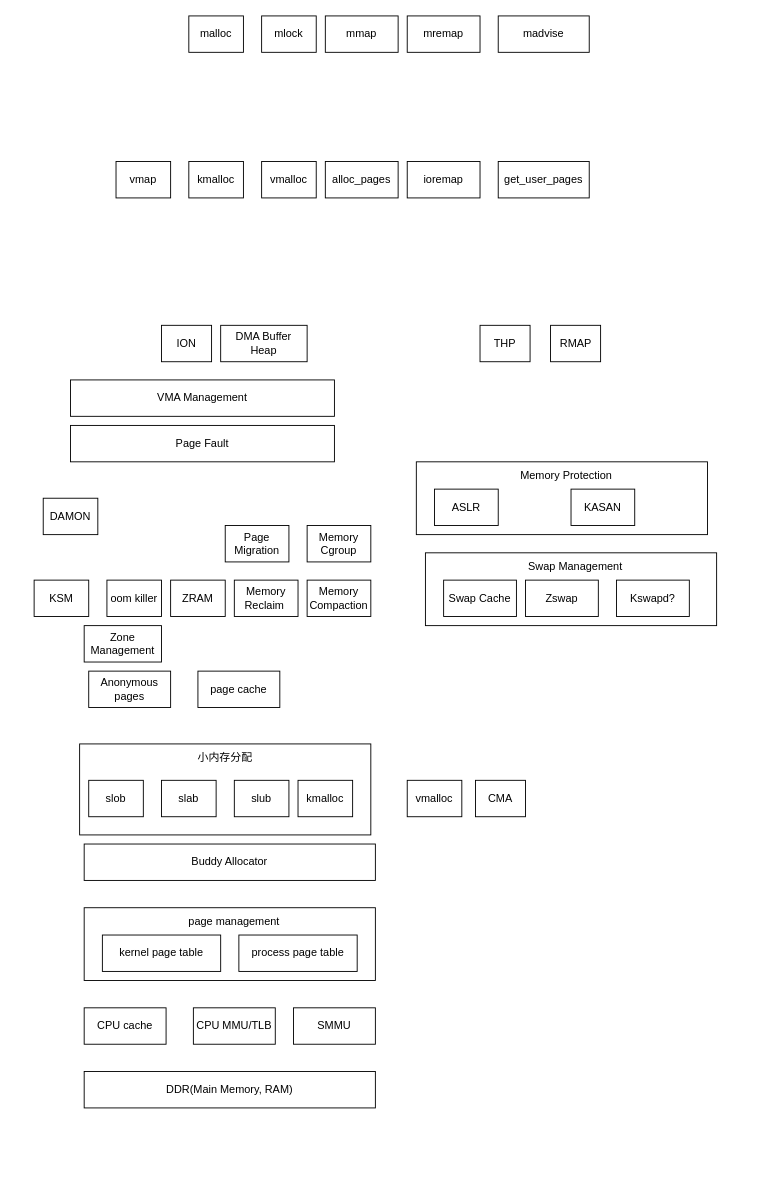
Before: page "Overview" (1 of 2) of linux_mm.drawio in michaelyaoxxx/draw_io, a draw.io diagram. Source tidied: cells renumbered, new cells numbered last; positions are measured from the earlier drawing's top-left corner, leaving out a move shared by most shapes. Both pictures are drawn from the tidied source at 91%, with x=0, y=0 at pixel (34, 15).
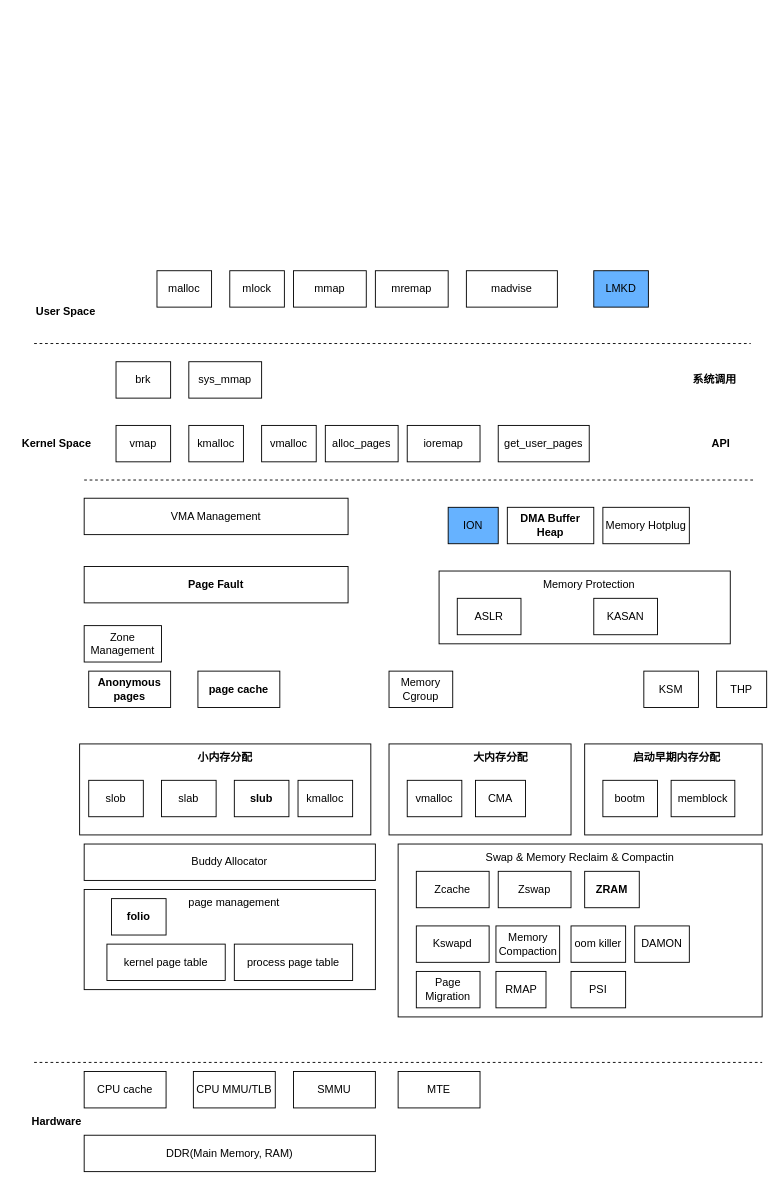
After the change.

Change to the diagram source:
```diff
@@
+    <mxCell id="56" style="rounded=0;whiteSpace=wrap;html=1;" parent="1" vertex="1">
+      <mxGeometry x="605" y="800" width="195" height="100" as="geometry" />
+    </mxCell>
+    <mxCell id="57" style="rounded=0;whiteSpace=wrap;html=1;" parent="1" vertex="1">
+      <mxGeometry x="390" y="800" width="200" height="100" as="geometry" />
+    </mxCell>
+    <mxCell id="19" style="rounded=0;whiteSpace=wrap;html=1;" parent="1" vertex="1">
+      <mxGeometry x="400" y="910" width="400" height="190" as="geometry" />
+    </mxCell>
@@
     <mxCell id="3" style="rounded=0;whiteSpace=wrap;html=1;" parent="1" vertex="1">
-      <mxGeometry x="55" y="980" width="320" height="80" as="geometry" />
+      <mxGeometry x="55" y="960" width="320" height="110" as="geometry" />
     </mxCell>
     <mxCell id="4" value="CPU cache" style="rounded=0;whiteSpace=wrap;html=1;" parent="1" vertex="1">
-      <mxGeometry x="55" y="1090" width="90" height="40" as="geometry" />
+      <mxGeometry x="55" y="1160" width="90" height="40" as="geometry" />
     </mxCell>
     <mxCell id="5" value="CPU MMU/TLB" style="rounded=0;whiteSpace=wrap;html=1;" parent="1" vertex="1">
-      <mxGeometry x="175" y="1090" width="90" height="40" as="geometry" />
+      <mxGeometry x="175" y="1160" width="90" height="40" as="geometry" />
     </mxCell>
     <mxCell id="6" value="SMMU" style="rounded=0;whiteSpace=wrap;html=1;" parent="1" vertex="1">
-      <mxGeometry x="285" y="1090" width="90" height="40" as="geometry" />
+      <mxGeometry x="285" y="1160" width="90" height="40" as="geometry" />
     </mxCell>
     <mxCell id="7" value="DDR(Main Memory, RAM)" style="rounded=0;whiteSpace=wrap;html=1;" parent="1" vertex="1">
-      <mxGeometry x="55" y="1160" width="320" height="40" as="geometry" />
+      <mxGeometry x="55" y="1230" width="320" height="40" as="geometry" />
     </mxCell>
@@
     <mxCell id="9" value="kernel page table" style="rounded=0;whiteSpace=wrap;html=1;" parent="1" vertex="1">
-      <mxGeometry x="75" y="1010" width="130" height="40" as="geometry" />
+      <mxGeometry x="80" y="1020" width="130" height="40" as="geometry" />
     </mxCell>
     <mxCell id="10" value="process page table" style="rounded=0;whiteSpace=wrap;html=1;" parent="1" vertex="1">
-      <mxGeometry x="225" y="1010" width="130" height="40" as="geometry" />
+      <mxGeometry x="220" y="1020" width="130" height="40" as="geometry" />
     </mxCell>
     <mxCell id="11" value="page management" style="text;html=1;align=center;verticalAlign=middle;whiteSpace=wrap;rounded=0;" parent="1" vertex="1">
-      <mxGeometry x="145" y="980" width="150" height="30" as="geometry" />
+      <mxGeometry x="145" y="960" width="150" height="30" as="geometry" />
     </mxCell>
-    <mxCell id="12" value="&lt;span class=&quot;fontstyle0&quot;&gt;Anonymous pages&lt;/span&gt;" style="rounded=0;whiteSpace=wrap;html=1;" parent="1" vertex="1">
+    <mxCell id="12" value="&lt;span class=&quot;fontstyle0&quot;&gt;Anonymous pages&lt;/span&gt;" style="rounded=0;whiteSpace=wrap;html=1;fontStyle=1;" parent="1" vertex="1">
       <mxGeometry x="60" y="720" width="90" height="40" as="geometry" />
     </mxCell>
-    <mxCell id="13" value="&lt;span class=&quot;fontstyle0&quot;&gt;page cache&lt;/span&gt;" style="rounded=0;whiteSpace=wrap;html=1;" parent="1" vertex="1">
+    <mxCell id="13" value="&lt;span class=&quot;fontstyle0&quot;&gt;page cache&lt;/span&gt;" style="rounded=0;whiteSpace=wrap;html=1;fontStyle=1;" parent="1" vertex="1">
       <mxGeometry x="180" y="720" width="90" height="40" as="geometry" />
     </mxCell>
@@
-    <mxCell id="16" value="&lt;span class=&quot;fontstyle0&quot;&gt;slub&lt;/span&gt;" style="rounded=0;whiteSpace=wrap;html=1;" parent="1" vertex="1">
+    <mxCell id="16" value="&lt;span class=&quot;fontstyle0&quot;&gt;&lt;b&gt;slub&lt;/b&gt;&lt;/span&gt;" style="rounded=0;whiteSpace=wrap;html=1;" parent="1" vertex="1">
       <mxGeometry x="220" y="840" width="60" height="40" as="geometry" />
     </mxCell>
-    <mxCell id="17" value="Memory Reclaim&amp;nbsp;" style="rounded=0;whiteSpace=wrap;html=1;" parent="1" vertex="1">
-      <mxGeometry x="220" y="620" width="70" height="40" as="geometry" />
-    </mxCell>
     <mxCell id="18" value="Memory Compaction" style="rounded=0;whiteSpace=wrap;html=1;" parent="1" vertex="1">
-      <mxGeometry x="300" y="620" width="70" height="40" as="geometry" />
+      <mxGeometry x="507.5" y="1000" width="70" height="40" as="geometry" />
     </mxCell>
-    <mxCell id="19" style="rounded=0;whiteSpace=wrap;html=1;" parent="1" vertex="1">
-      <mxGeometry x="430" y="590" width="320" height="80" as="geometry" />
-    </mxCell>
-    <mxCell id="20" value="Swap Cache" style="rounded=0;whiteSpace=wrap;html=1;" parent="1" vertex="1">
-      <mxGeometry x="450" y="620" width="80" height="40" as="geometry" />
+    <mxCell id="20" value="Zcache" style="rounded=0;whiteSpace=wrap;html=1;" parent="1" vertex="1">
+      <mxGeometry x="420" y="940" width="80" height="40" as="geometry" />
     </mxCell>
     <mxCell id="21" value="Zswap" style="rounded=0;whiteSpace=wrap;html=1;" parent="1" vertex="1">
-      <mxGeometry x="540" y="620" width="80" height="40" as="geometry" />
+      <mxGeometry x="510" y="940" width="80" height="40" as="geometry" />
     </mxCell>
-    <mxCell id="22" value="Swap Management" style="text;html=1;align=center;verticalAlign=middle;whiteSpace=wrap;rounded=0;" parent="1" vertex="1">
-      <mxGeometry x="520" y="590" width="150" height="30" as="geometry" />
+    <mxCell id="22" value="Swap &amp;amp; Memory Reclaim &amp;amp; Compactin" style="text;html=1;align=center;verticalAlign=middle;whiteSpace=wrap;rounded=0;" parent="1" vertex="1">
+      <mxGeometry x="400" y="910" width="400" height="30" as="geometry" />
     </mxCell>
     <mxCell id="23" style="rounded=0;whiteSpace=wrap;html=1;" parent="1" vertex="1">
-      <mxGeometry x="420" y="490" width="320" height="80" as="geometry" />
+      <mxGeometry x="445" y="610" width="320" height="80" as="geometry" />
     </mxCell>
     <mxCell id="24" value="ASLR" style="rounded=0;whiteSpace=wrap;html=1;" parent="1" vertex="1">
-      <mxGeometry x="440" y="520" width="70" height="40" as="geometry" />
+      <mxGeometry x="465" y="640" width="70" height="40" as="geometry" />
     </mxCell>
     <mxCell id="25" value="KASAN" style="rounded=0;whiteSpace=wrap;html=1;" parent="1" vertex="1">
-      <mxGeometry x="590" y="520" width="70" height="40" as="geometry" />
+      <mxGeometry x="615" y="640" width="70" height="40" as="geometry" />
     </mxCell>
     <mxCell id="26" value="Memory Protection" style="text;html=1;align=center;verticalAlign=middle;whiteSpace=wrap;rounded=0;" parent="1" vertex="1">
-      <mxGeometry x="510" y="490" width="150" height="30" as="geometry" />
+      <mxGeometry x="535" y="610" width="150" height="30" as="geometry" />
     </mxCell>
@@
-    <mxCell id="28" value="Kswapd?" style="rounded=0;whiteSpace=wrap;html=1;" parent="1" vertex="1">
-      <mxGeometry x="640" y="620" width="80" height="40" as="geometry" />
+    <mxCell id="28" value="Kswapd" style="rounded=0;whiteSpace=wrap;html=1;" parent="1" vertex="1">
+      <mxGeometry x="420" y="1000" width="80" height="40" as="geometry" />
     </mxCell>
-    <mxCell id="29" value="ZRAM" style="rounded=0;whiteSpace=wrap;html=1;" parent="1" vertex="1">
-      <mxGeometry x="150" y="620" width="60" height="40" as="geometry" />
+    <mxCell id="29" value="ZRAM" style="rounded=0;whiteSpace=wrap;html=1;fontStyle=1;" parent="1" vertex="1">
+      <mxGeometry x="605" y="940" width="60" height="40" as="geometry" />
     </mxCell>
     <mxCell id="30" value="DAMON" style="rounded=0;whiteSpace=wrap;html=1;" parent="1" vertex="1">
-      <mxGeometry x="10" y="530" width="60" height="40" as="geometry" />
+      <mxGeometry x="660" y="1000" width="60" height="40" as="geometry" />
     </mxCell>
     <mxCell id="31" value="oom killer" style="rounded=0;whiteSpace=wrap;html=1;" parent="1" vertex="1">
-      <mxGeometry x="80" y="620" width="60" height="40" as="geometry" />
+      <mxGeometry x="590" y="1000" width="60" height="40" as="geometry" />
     </mxCell>
     <mxCell id="32" value="KSM" style="rounded=0;whiteSpace=wrap;html=1;" parent="1" vertex="1">
-      <mxGeometry y="620" width="60" height="40" as="geometry" />
+      <mxGeometry x="670" y="720" width="60" height="40" as="geometry" />
     </mxCell>
     <mxCell id="33" value="Memory Cgroup" style="rounded=0;whiteSpace=wrap;html=1;" parent="1" vertex="1">
-      <mxGeometry x="300" y="560" width="70" height="40" as="geometry" />
+      <mxGeometry x="390" y="720" width="70" height="40" as="geometry" />
     </mxCell>
-    <mxCell id="34" value="Page Fault" style="rounded=0;whiteSpace=wrap;html=1;" parent="1" vertex="1">
-      <mxGeometry x="40" y="450" width="290" height="40" as="geometry" />
+    <mxCell id="34" value="&lt;b&gt;Page Fault&lt;/b&gt;" style="rounded=0;whiteSpace=wrap;html=1;" parent="1" vertex="1">
+      <mxGeometry x="55" y="605" width="290" height="40" as="geometry" />
     </mxCell>
     <mxCell id="35" value="VMA Management" style="rounded=0;whiteSpace=wrap;html=1;" parent="1" vertex="1">
-      <mxGeometry x="40" y="400" width="290" height="40" as="geometry" />
+      <mxGeometry x="55" y="530" width="290" height="40" as="geometry" />
     </mxCell>
     <mxCell id="36" value="alloc_pages" style="rounded=0;whiteSpace=wrap;html=1;" parent="1" vertex="1">
-      <mxGeometry x="320" y="160" width="80" height="40" as="geometry" />
+      <mxGeometry x="320" y="450" width="80" height="40" as="geometry" />
     </mxCell>
     <mxCell id="37" value="vmalloc" style="rounded=0;whiteSpace=wrap;html=1;" parent="1" vertex="1">
-      <mxGeometry x="250" y="160" width="60" height="40" as="geometry" />
+      <mxGeometry x="250" y="450" width="60" height="40" as="geometry" />
     </mxCell>
     <mxCell id="38" value="kmalloc" style="rounded=0;whiteSpace=wrap;html=1;" parent="1" vertex="1">
-      <mxGeometry x="170" y="160" width="60" height="40" as="geometry" />
+      <mxGeometry x="170" y="450" width="60" height="40" as="geometry" />
     </mxCell>
     <mxCell id="39" value="ioremap" style="rounded=0;whiteSpace=wrap;html=1;" parent="1" vertex="1">
-      <mxGeometry x="410" y="160" width="80" height="40" as="geometry" />
+      <mxGeometry x="410" y="450" width="80" height="40" as="geometry" />
     </mxCell>
     <mxCell id="40" value="get_user_pages" style="rounded=0;whiteSpace=wrap;html=1;" parent="1" vertex="1">
-      <mxGeometry x="510" y="160" width="100" height="40" as="geometry" />
+      <mxGeometry x="510" y="450" width="100" height="40" as="geometry" />
     </mxCell>
     <mxCell id="41" value="Page Migration" style="rounded=0;whiteSpace=wrap;html=1;" parent="1" vertex="1">
-      <mxGeometry x="210" y="560" width="70" height="40" as="geometry" />
+      <mxGeometry x="420" y="1050" width="70" height="40" as="geometry" />
     </mxCell>
-    <mxCell id="42" value="THP" style="rounded=0;whiteSpace=wrap;html=1;" parent="1" vertex="1">
-      <mxGeometry x="490" y="340" width="55" height="40" as="geometry" />
-    </mxCell>
     <mxCell id="43" value="RMAP" style="rounded=0;whiteSpace=wrap;html=1;" parent="1" vertex="1">
-      <mxGeometry x="567.5" y="340" width="55" height="40" as="geometry" />
+      <mxGeometry x="507.5" y="1050" width="55" height="40" as="geometry" />
     </mxCell>
     <mxCell id="44" value="mmap" style="rounded=0;whiteSpace=wrap;html=1;" parent="1" vertex="1">
-      <mxGeometry x="320" width="80" height="40" as="geometry" />
+      <mxGeometry x="285" y="280" width="80" height="40" as="geometry" />
     </mxCell>
     <mxCell id="45" value="mlock" style="rounded=0;whiteSpace=wrap;html=1;" parent="1" vertex="1">
-      <mxGeometry x="250" width="60" height="40" as="geometry" />
+      <mxGeometry x="215" y="280" width="60" height="40" as="geometry" />
     </mxCell>
     <mxCell id="46" value="malloc" style="rounded=0;whiteSpace=wrap;html=1;" parent="1" vertex="1">
-      <mxGeometry x="170" width="60" height="40" as="geometry" />
+      <mxGeometry x="135" y="280" width="60" height="40" as="geometry" />
     </mxCell>
     <mxCell id="47" value="mremap" style="rounded=0;whiteSpace=wrap;html=1;" parent="1" vertex="1">
-      <mxGeometry x="410" width="80" height="40" as="geometry" />
+      <mxGeometry x="375" y="280" width="80" height="40" as="geometry" />
     </mxCell>
     <mxCell id="48" value="madvise" style="rounded=0;whiteSpace=wrap;html=1;" parent="1" vertex="1">
-      <mxGeometry x="510" width="100" height="40" as="geometry" />
+      <mxGeometry x="475" y="280" width="100" height="40" as="geometry" />
     </mxCell>
-    <mxCell id="49" value="ION" style="rounded=0;whiteSpace=wrap;html=1;" parent="1" vertex="1">
-      <mxGeometry x="140" y="340" width="55" height="40" as="geometry" />
+    <mxCell id="49" value="ION" style="rounded=0;whiteSpace=wrap;html=1;fillColor=#66B2FF;" parent="1" vertex="1">
+      <mxGeometry x="455" y="540" width="55" height="40" as="geometry" />
     </mxCell>
-    <mxCell id="50" value="DMA Buffer&lt;div&gt;Heap&lt;/div&gt;" style="rounded=0;whiteSpace=wrap;html=1;" parent="1" vertex="1">
-      <mxGeometry x="205" y="340" width="95" height="40" as="geometry" />
+    <mxCell id="50" value="&lt;b&gt;DMA Buffer&lt;/b&gt;&lt;div&gt;&lt;b&gt;Heap&lt;/b&gt;&lt;/div&gt;" style="rounded=0;whiteSpace=wrap;html=1;" parent="1" vertex="1">
+      <mxGeometry x="520" y="540" width="95" height="40" as="geometry" />
     </mxCell>
     <mxCell id="51" value="vmap" style="rounded=0;whiteSpace=wrap;html=1;" parent="1" vertex="1">
-      <mxGeometry x="90" y="160" width="60" height="40" as="geometry" />
+      <mxGeometry x="90" y="450" width="60" height="40" as="geometry" />
     </mxCell>
@@
-    <mxCell id="55" value="小内存分配" style="text;html=1;align=center;verticalAlign=middle;whiteSpace=wrap;rounded=0;" parent="1" vertex="1">
+    <mxCell id="55" value="小内存分配" style="text;html=1;align=center;verticalAlign=middle;whiteSpace=wrap;rounded=0;fontStyle=1;" parent="1" vertex="1">
       <mxGeometry x="135" y="800" width="150" height="30" as="geometry" />
     </mxCell>
+    <mxCell id="58" value="大内存分配" style="text;html=1;align=center;verticalAlign=middle;whiteSpace=wrap;rounded=0;fontStyle=1;" parent="1" vertex="1">
+      <mxGeometry x="437.5" y="800" width="150" height="30" as="geometry" />
+    </mxCell>
+    <mxCell id="42" value="THP" style="rounded=0;whiteSpace=wrap;html=1;" parent="1" vertex="1">
+      <mxGeometry x="750" y="720" width="55" height="40" as="geometry" />
+    </mxCell>
+    <mxCell id="59" style="endArrow=none;dashed=1;html=1;rounded=0;" parent="1" edge="1">
+      <mxGeometry relative="1" as="geometry">
+        <mxPoint y="1150" as="sourcePoint" />
+        <mxPoint x="800" y="1150" as="targetPoint" />
+      </mxGeometry>
+    </mxCell>
+    <mxCell id="60" style="endArrow=none;dashed=1;html=1;rounded=0;" parent="1" edge="1">
+      <mxGeometry relative="1" as="geometry">
+        <mxPoint x="55" y="510" as="sourcePoint" />
+        <mxPoint x="790" y="510" as="targetPoint" />
+      </mxGeometry>
+    </mxCell>
+    <mxCell id="61" style="endArrow=none;dashed=1;html=1;rounded=0;" parent="1" edge="1">
+      <mxGeometry relative="1" as="geometry">
+        <mxPoint y="360" as="sourcePoint" />
+        <mxPoint x="787.5" y="360" as="targetPoint" />
+      </mxGeometry>
+    </mxCell>
+    <mxCell id="62" value="&lt;b&gt;User Space&lt;/b&gt;" style="text;html=1;align=center;verticalAlign=middle;whiteSpace=wrap;rounded=0;" parent="1" vertex="1">
+      <mxGeometry x="-10" y="310" width="90" height="30" as="geometry" />
+    </mxCell>
+    <mxCell id="63" value="&lt;b&gt;Kernel Space&lt;/b&gt;" style="text;html=1;align=center;verticalAlign=middle;whiteSpace=wrap;rounded=0;" parent="1" vertex="1">
+      <mxGeometry x="-20" y="455" width="90" height="30" as="geometry" />
+    </mxCell>
+    <mxCell id="64" value="&lt;b&gt;API&lt;/b&gt;" style="text;html=1;align=center;verticalAlign=middle;whiteSpace=wrap;rounded=0;" parent="1" vertex="1">
+      <mxGeometry x="710" y="455" width="90" height="30" as="geometry" />
+    </mxCell>
+    <mxCell id="65" value="&lt;b&gt;Hardware&lt;/b&gt;" style="text;html=1;align=center;verticalAlign=middle;whiteSpace=wrap;rounded=0;" parent="1" vertex="1">
+      <mxGeometry x="-20" y="1200" width="90" height="30" as="geometry" />
+    </mxCell>
+    <mxCell id="66" value="Memory Hotplug" style="rounded=0;whiteSpace=wrap;html=1;" parent="1" vertex="1">
+      <mxGeometry x="625" y="540" width="95" height="40" as="geometry" />
+    </mxCell>
+    <mxCell id="67" value="brk" style="rounded=0;whiteSpace=wrap;html=1;" parent="1" vertex="1">
+      <mxGeometry x="90" y="380" width="60" height="40" as="geometry" />
+    </mxCell>
+    <mxCell id="68" value="&lt;b&gt;系统调用&lt;/b&gt;" style="text;html=1;align=center;verticalAlign=middle;whiteSpace=wrap;rounded=0;" parent="1" vertex="1">
+      <mxGeometry x="702.5" y="385" width="90" height="30" as="geometry" />
+    </mxCell>
+    <mxCell id="69" value="sys_mmap" style="rounded=0;whiteSpace=wrap;html=1;" parent="1" vertex="1">
+      <mxGeometry x="170" y="380" width="80" height="40" as="geometry" />
+    </mxCell>
+    <mxCell id="70" value="MTE" style="rounded=0;whiteSpace=wrap;html=1;" parent="1" vertex="1">
+      <mxGeometry x="400" y="1160" width="90" height="40" as="geometry" />
+    </mxCell>
+    <mxCell id="71" value="启动早期内存分配" style="text;html=1;align=center;verticalAlign=middle;whiteSpace=wrap;rounded=0;fontStyle=1;" parent="1" vertex="1">
+      <mxGeometry x="610" y="800" width="192.5" height="30" as="geometry" />
+    </mxCell>
+    <mxCell id="72" value="bootm" style="rounded=0;whiteSpace=wrap;html=1;" parent="1" vertex="1">
+      <mxGeometry x="625" y="840" width="60" height="40" as="geometry" />
+    </mxCell>
+    <mxCell id="73" value="memblock" style="rounded=0;whiteSpace=wrap;html=1;" parent="1" vertex="1">
+      <mxGeometry x="700" y="840" width="70" height="40" as="geometry" />
+    </mxCell>
+    <mxCell id="74" value="PSI" style="rounded=0;whiteSpace=wrap;html=1;" parent="1" vertex="1">
+      <mxGeometry x="590" y="1050" width="60" height="40" as="geometry" />
+    </mxCell>
+    <mxCell id="75" value="LMKD" style="rounded=0;whiteSpace=wrap;html=1;fillColor=#66B2FF;" parent="1" vertex="1">
+      <mxGeometry x="615" y="280" width="60" height="40" as="geometry" />
+    </mxCell>
+    <mxCell id="76" value="&lt;span class=&quot;fontstyle0&quot;&gt;&lt;b&gt;folio&lt;/b&gt;&lt;/span&gt;" style="rounded=0;whiteSpace=wrap;html=1;" parent="1" vertex="1">
+      <mxGeometry x="85" y="970" width="60" height="40" as="geometry" />
+    </mxCell>
```
